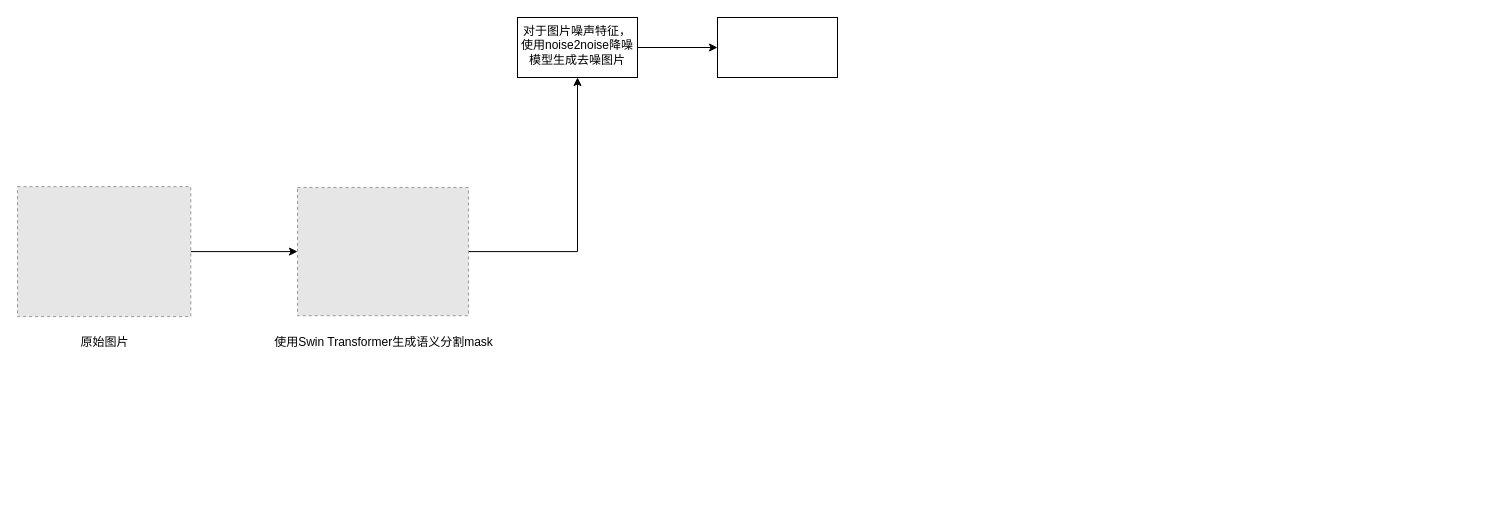
This is 未命名绘图.drawio from ForsakenLi/draw.io, a draw.io file, before an edit. Source tidied: cells renumbered, new cells numbered last; positions are measured from the earlier drawing's top-left corner, leaving out a move shared by most shapes. Both pictures are drawn from the tidied source at 100%, with x=0, y=0 at pixel (17, 17). Pictures stored in the file or linked from it are replaced by grey dashed boxes.
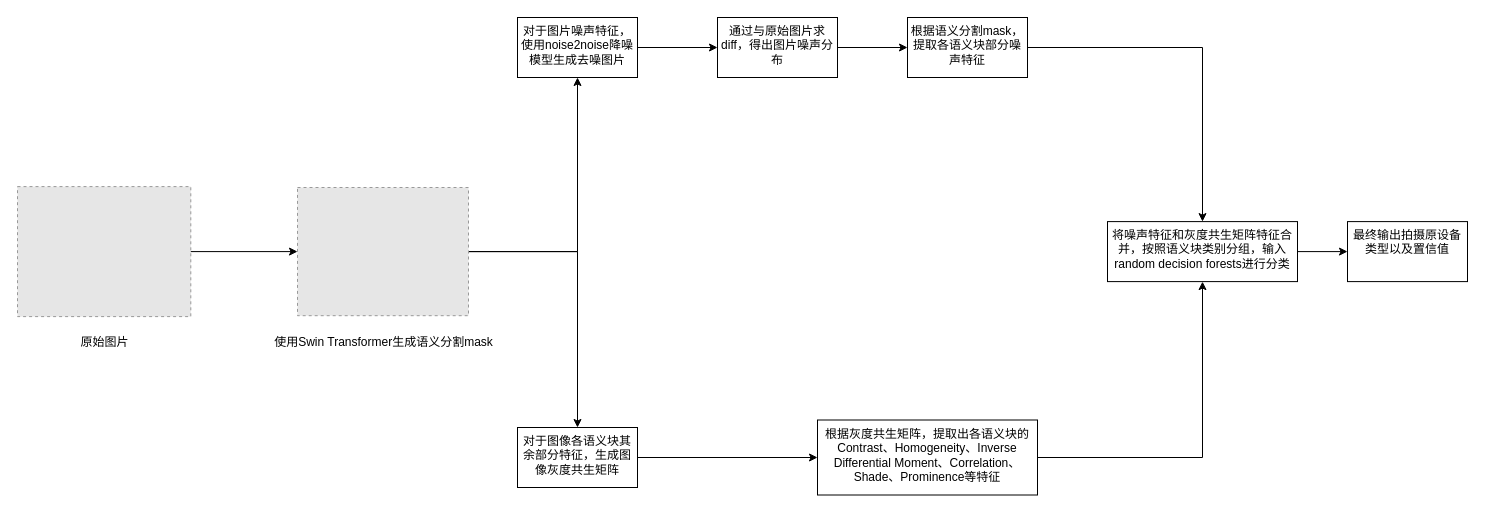
The same diagram, later.

Commit message (it also covers changes not shown here):
更新未命名绘图.drawio

Unchanged cells that the change refers to:
```xml
<mxCell id="4" style="fillColor=#E6E6E6;strokeColor=#999999;dashed=1;verticalLabelPosition=bottom;labelBackgroundColor=default;verticalAlign=top;" parent="1" vertex="1">
  <mxGeometry x="280" y="170" width="171" height="128.2" as="geometry" />
</mxCell>
```

What changed in the source:
```diff
@@
+    <mxCell id="11" style="edgeStyle=orthogonalEdgeStyle;rounded=0;jettySize=auto;html=1;" parent="1" edge="1" source="4" target="16">
+      <mxGeometry relative="1" as="geometry" />
+    </mxCell>
@@
+    <mxCell id="12" style="edgeStyle=orthogonalEdgeStyle;rounded=0;jettySize=auto;html=1;" parent="1" edge="1" source="10" target="14">
+      <mxGeometry relative="1" as="geometry" />
+    </mxCell>
-    <mxCell id="10" style="whiteSpace=wrap;html=1;verticalAlign=top;labelBackgroundColor=default;" parent="1" vertex="1">
+    <mxCell id="10" value="通过与原始图片求diff，得出图片噪声分布" style="whiteSpace=wrap;html=1;verticalAlign=top;labelBackgroundColor=default;" parent="1" vertex="1">
       <mxGeometry x="700" width="120" height="60" as="geometry" />
     </mxCell>
+    <mxCell id="13" style="edgeStyle=orthogonalEdgeStyle;rounded=0;jettySize=auto;html=1;exitX=1;exitY=0.5;exitDx=0;exitDy=0;entryX=0.5;entryY=0;entryDx=0;entryDy=0;" parent="1" edge="1" source="14" target="20">
+      <mxGeometry relative="1" as="geometry" />
+    </mxCell>
+    <mxCell id="14" value="根据语义分割mask，提取各语义块部分噪声特征" style="whiteSpace=wrap;html=1;verticalAlign=top;labelBackgroundColor=default;" parent="1" vertex="1">
+      <mxGeometry x="890" width="120" height="60" as="geometry" />
+    </mxCell>
+    <mxCell id="15" style="edgeStyle=orthogonalEdgeStyle;rounded=0;jettySize=auto;html=1;" parent="1" edge="1" source="16" target="18">
+      <mxGeometry relative="1" as="geometry" />
+    </mxCell>
+    <mxCell id="16" value="对于图像各语义块其余部分特征，生成图像灰度共生矩阵" style="whiteSpace=wrap;html=1;verticalAlign=top;labelBackgroundColor=default;" parent="1" vertex="1">
+      <mxGeometry x="500" y="410" width="120" height="60" as="geometry" />
+    </mxCell>
+    <mxCell id="17" style="edgeStyle=orthogonalEdgeStyle;rounded=0;jettySize=auto;html=1;" parent="1" edge="1" source="18" target="20">
+      <mxGeometry relative="1" as="geometry" />
+    </mxCell>
+    <mxCell id="18" value="根据灰度共生矩阵，提取出各语义块的Contrast、Homogeneity、Inverse Differential Moment、Correlation、Shade、Prominence等特征" style="whiteSpace=wrap;html=1;verticalAlign=top;labelBackgroundColor=default;" parent="1" vertex="1">
+      <mxGeometry x="800" y="402.5" width="220" height="75" as="geometry" />
+    </mxCell>
+    <mxCell id="19" style="edgeStyle=orthogonalEdgeStyle;rounded=0;jettySize=auto;html=1;exitX=1;exitY=0.5;exitDx=0;exitDy=0;" parent="1" edge="1" source="20" target="21">
+      <mxGeometry relative="1" as="geometry" />
+    </mxCell>
+    <mxCell id="20" value="将噪声特征和灰度共生矩阵特征合并，按照语义块类别分组，输入random decision forests进行分类" style="whiteSpace=wrap;html=1;verticalAlign=top;labelBackgroundColor=default;" parent="1" vertex="1">
+      <mxGeometry x="1090" y="204.1" width="190" height="60" as="geometry" />
+    </mxCell>
+    <mxCell id="21" value="最终输出拍摄原设备类型以及置信值" style="whiteSpace=wrap;html=1;verticalAlign=top;labelBackgroundColor=default;" parent="1" vertex="1">
+      <mxGeometry x="1330" y="204.1" width="120" height="60" as="geometry" />
+    </mxCell>
```
